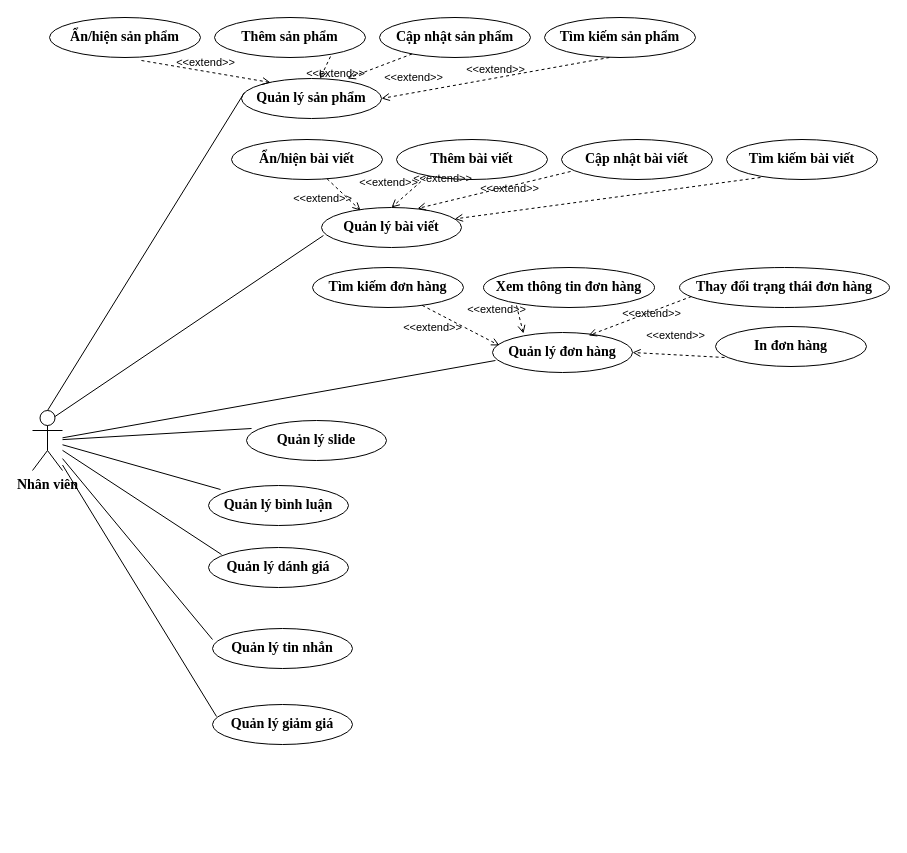
The draw.io diagram page "uc nhan vien" (1 of 3) of Biểu đồ không có tiêu đề.drawio in tongdat27/C-, before the edit. Source tidied: cells renumbered, new cells numbered last; positions are measured from the earlier drawing's top-left corner, leaving out a move shared by most shapes. Both pictures are drawn from the tidied source at 100%, with x=0, y=0 at pixel (32, 17).
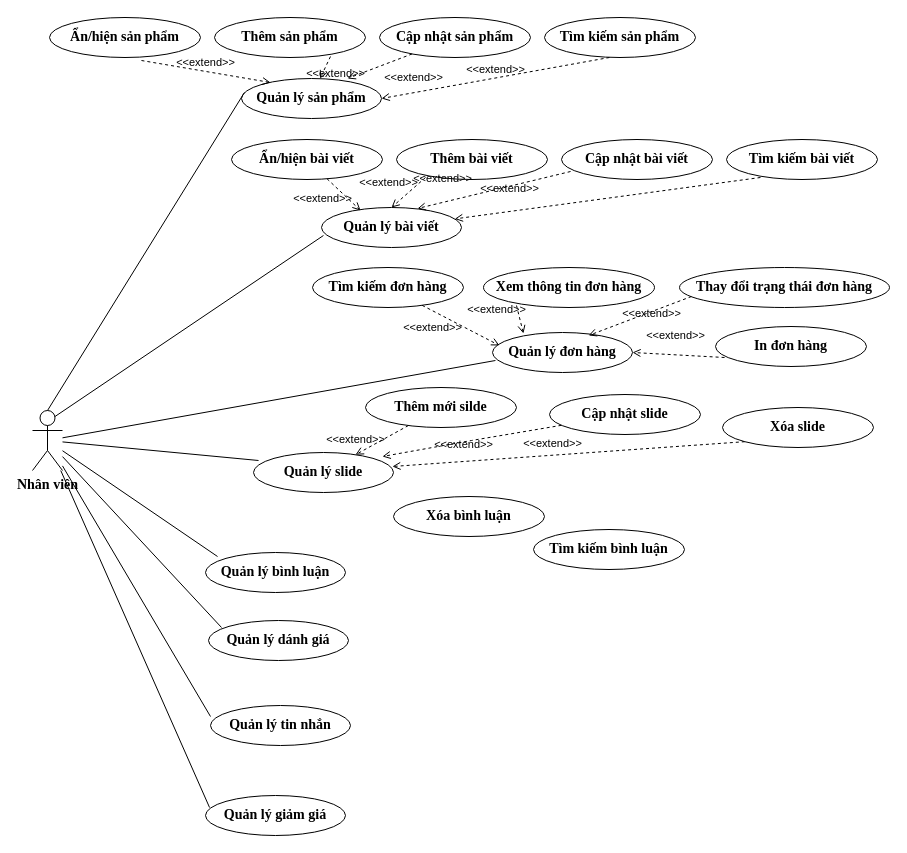
The same diagram, later.

Commit message:
Cập nhật Biểu đồ không có tiêu đề.drawio

Diff of the diagram source:
```diff
@@
     <mxCell id="6" value="&lt;span style=&quot;font-size: 14px;&quot;&gt;Quản lý slide&lt;/span&gt;" style="ellipse;whiteSpace=wrap;html=1;fontFamily=Times New Roman;fontSize=14;labelBackgroundColor=default;fontColor=#000000;fontStyle=1;labelBorderColor=none;" parent="1" vertex="1">
-      <mxGeometry x="214" y="403" width="140" height="40" as="geometry" />
+      <mxGeometry x="221" y="435" width="140" height="40" as="geometry" />
     </mxCell>
     <mxCell id="7" value="&lt;span style=&quot;font-size: 14px;&quot;&gt;Quản lý bình luận&lt;/span&gt;" style="ellipse;whiteSpace=wrap;html=1;fontFamily=Times New Roman;fontSize=14;labelBackgroundColor=default;fontColor=#000000;fontStyle=1;labelBorderColor=none;" parent="1" vertex="1">
-      <mxGeometry x="176" y="468" width="140" height="40" as="geometry" />
+      <mxGeometry x="173" y="535" width="140" height="40" as="geometry" />
     </mxCell>
     <mxCell id="8" value="&lt;span style=&quot;font-size: 14px;&quot;&gt;Quản lý tin nhắn&lt;/span&gt;" style="ellipse;whiteSpace=wrap;html=1;fontFamily=Times New Roman;fontSize=14;labelBackgroundColor=default;fontColor=#000000;fontStyle=1;labelBorderColor=none;" parent="1" vertex="1">
-      <mxGeometry x="180" y="611" width="140" height="40" as="geometry" />
+      <mxGeometry x="178" y="688" width="140" height="40" as="geometry" />
     </mxCell>
     <mxCell id="9" value="&lt;span style=&quot;font-size: 14px;&quot;&gt;Quản lý giảm giá&lt;/span&gt;" style="ellipse;whiteSpace=wrap;html=1;fontFamily=Times New Roman;fontSize=14;labelBackgroundColor=default;fontColor=#000000;fontStyle=1;labelBorderColor=none;" parent="1" vertex="1">
-      <mxGeometry x="180" y="687" width="140" height="40" as="geometry" />
+      <mxGeometry x="173" y="778" width="140" height="40" as="geometry" />
     </mxCell>
     <mxCell id="10" value="&lt;span style=&quot;font-size: 14px;&quot;&gt;Quản lý dánh giá&lt;/span&gt;" style="ellipse;whiteSpace=wrap;html=1;fontFamily=Times New Roman;fontSize=14;labelBackgroundColor=default;fontColor=#000000;fontStyle=1;labelBorderColor=none;" parent="1" vertex="1">
-      <mxGeometry x="176" y="530" width="140" height="40" as="geometry" />
+      <mxGeometry x="176" y="603" width="140" height="40" as="geometry" />
     </mxCell>
@@
+    <mxCell id="44" value="&lt;span style=&quot;font-size: 14px;&quot;&gt;Thêm mới silde&lt;/span&gt;" style="ellipse;whiteSpace=wrap;html=1;fontFamily=Times New Roman;fontSize=14;labelBackgroundColor=default;fontColor=#000000;fontStyle=1;labelBorderColor=none;" parent="1" vertex="1">
+      <mxGeometry x="333" y="370" width="151" height="40" as="geometry" />
+    </mxCell>
+    <mxCell id="45" value="&lt;span style=&quot;font-size: 14px;&quot;&gt;Xóa slide&lt;/span&gt;" style="ellipse;whiteSpace=wrap;html=1;fontFamily=Times New Roman;fontSize=14;labelBackgroundColor=default;fontColor=#000000;fontStyle=1;labelBorderColor=none;" parent="1" vertex="1">
+      <mxGeometry x="690" y="390" width="151" height="40" as="geometry" />
+    </mxCell>
+    <mxCell id="46" value="Cập nhật slide" style="ellipse;whiteSpace=wrap;html=1;fontFamily=Times New Roman;fontSize=14;labelBackgroundColor=default;fontColor=#000000;fontStyle=1;labelBorderColor=none;" parent="1" vertex="1">
+      <mxGeometry x="517" y="377" width="151" height="40" as="geometry" />
+    </mxCell>
+    <mxCell id="47" value="&amp;lt;&amp;lt;extend&amp;gt;&amp;gt;" style="html=1;verticalAlign=bottom;labelBackgroundColor=none;endArrow=open;endFill=0;dashed=1;rounded=0;" parent="1" edge="1" source="44" target="6">
+      <mxGeometry x="0.9" y="-5" relative="1" as="geometry">
+        <mxPoint x="-1" as="offset" />
+      </mxGeometry>
+    </mxCell>
+    <mxCell id="48" value="&amp;lt;&amp;lt;extend&amp;gt;&amp;gt;" style="html=1;verticalAlign=bottom;labelBackgroundColor=none;endArrow=open;endFill=0;dashed=1;rounded=0;entryX=0.921;entryY=0.1;entryDx=0;entryDy=0;entryPerimeter=0;" parent="1" edge="1" source="46" target="6">
+      <mxGeometry x="0.11" y="11" relative="1" as="geometry">
+        <Array as="points">
+          <mxPoint x="439" y="423" />
+        </Array>
+      </mxGeometry>
+    </mxCell>
+    <mxCell id="49" value="&amp;lt;&amp;lt;extend&amp;gt;&amp;gt;" style="html=1;verticalAlign=bottom;labelBackgroundColor=none;endArrow=open;endFill=0;dashed=1;rounded=0;entryX=0.921;entryY=0.1;entryDx=0;entryDy=0;entryPerimeter=0;exitX=0;exitY=1;exitDx=0;exitDy=0;" parent="1" edge="1" source="45">
+      <mxGeometry x="0.09" y="-3" relative="1" as="geometry">
+        <mxPoint x="359.9" y="449" as="targetPoint" />
+      </mxGeometry>
+    </mxCell>
+    <mxCell id="50" value="Xóa bình luận" style="ellipse;whiteSpace=wrap;html=1;fontFamily=Times New Roman;fontSize=14;labelBackgroundColor=default;fontColor=#000000;fontStyle=1;labelBorderColor=none;" parent="1" vertex="1">
+      <mxGeometry x="361" y="479" width="151" height="40" as="geometry" />
+    </mxCell>
+    <mxCell id="51" value="Tìm kiếm bình luận" style="ellipse;whiteSpace=wrap;html=1;fontFamily=Times New Roman;fontSize=14;labelBackgroundColor=default;fontColor=#000000;fontStyle=1;labelBorderColor=none;" parent="1" vertex="1">
+      <mxGeometry x="501" y="512" width="151" height="40" as="geometry" />
+    </mxCell>
```
